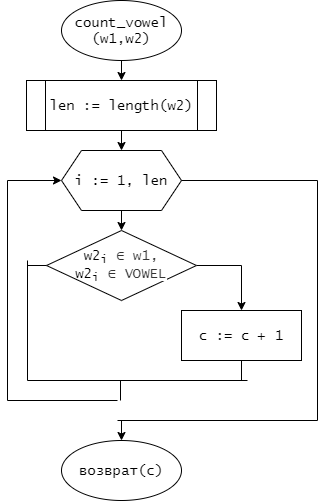
Earlier version of the draw.io export лр9/count_vowel.png (Aprokun/-). Source tidied: cells renumbered, new cells last; positions are measured from the earlier drawing's top-left corner, leaving out a move shared by most shapes.
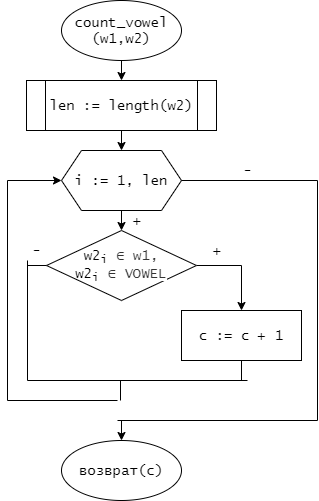
Later version of the same file.

The edit, as a diff of the source:
```diff
@@ -99,5 +99,17 @@
         <mxPoint x="114" y="420" as="sourcePoint" />
       </mxGeometry>
     </mxCell>
+    <mxCell id="24" value="+" style="text;html=1;align=center;verticalAlign=middle;fontSize=14;fontFamily=Lucida Console;" parent="1" vertex="1">
+      <mxGeometry x="120" y="210" width="20" height="20" as="geometry" />
+    </mxCell>
+    <mxCell id="25" value="-" style="text;html=1;align=center;verticalAlign=middle;fontSize=14;fontFamily=Lucida Console;" parent="1" vertex="1">
+      <mxGeometry x="230" y="160" width="20" height="20" as="geometry" />
+    </mxCell>
+    <mxCell id="26" value="+" style="text;html=1;align=center;verticalAlign=middle;fontSize=14;fontFamily=Lucida Console;" parent="1" vertex="1">
+      <mxGeometry x="200" y="240" width="20" height="20" as="geometry" />
+    </mxCell>
+    <mxCell id="27" value="-" style="text;html=1;align=center;verticalAlign=middle;fontSize=14;fontFamily=Lucida Console;" parent="1" vertex="1">
+      <mxGeometry x="19" y="240" width="20" height="20" as="geometry" />
+    </mxCell>
   </root>
 </mxGraphModel>
```
